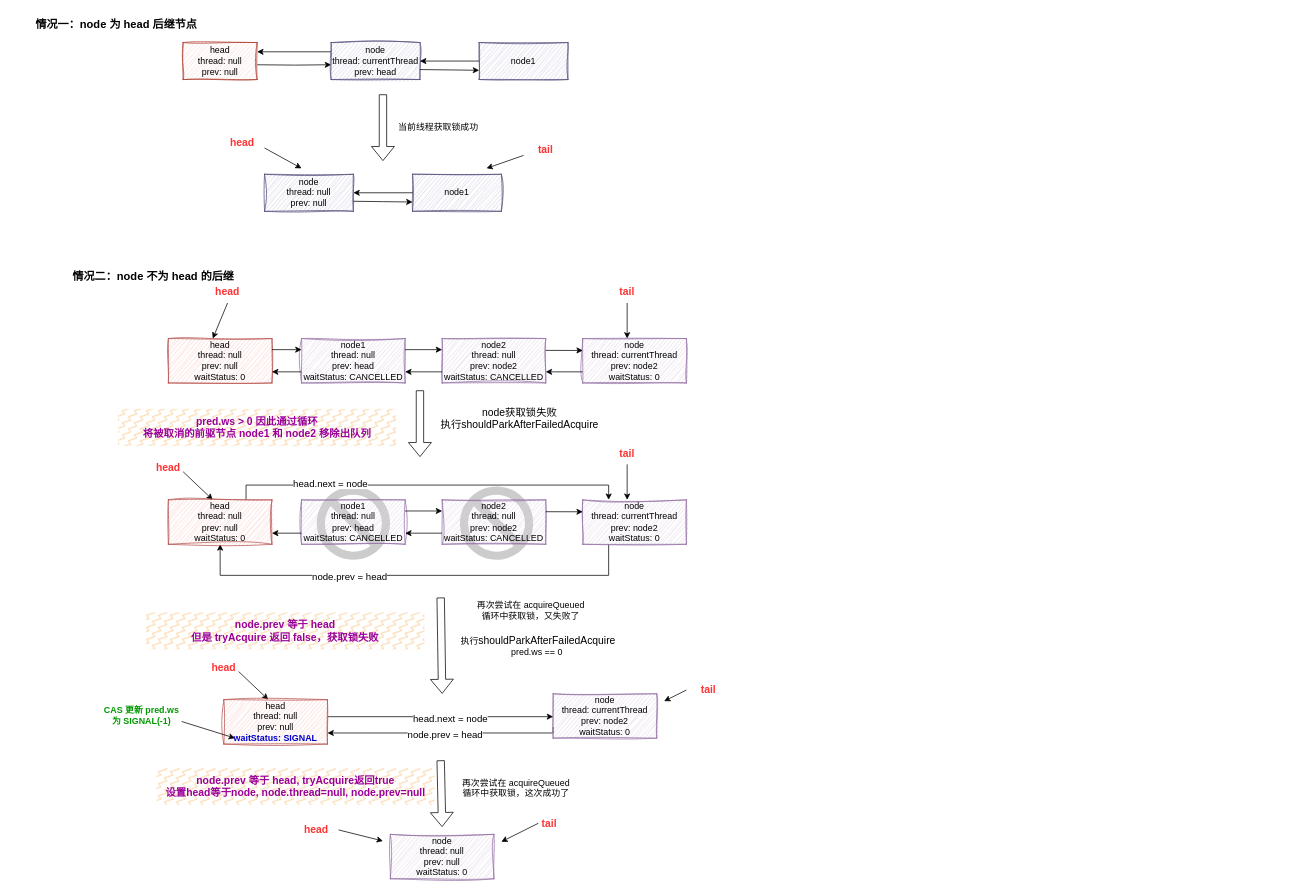
wsxzei/markdown-photos keeps this draw.io diagram as AQS shouldParkAfterFailedAcquire.drawio. Above is the earlier version. Source tidied: cells renumbered, new cells numbered last; positions are measured from the earlier drawing's top-left corner, leaving out a move shared by most shapes. Both pictures are drawn from the tidied source at 74%, with x=0, y=0 at pixel (13, 13).
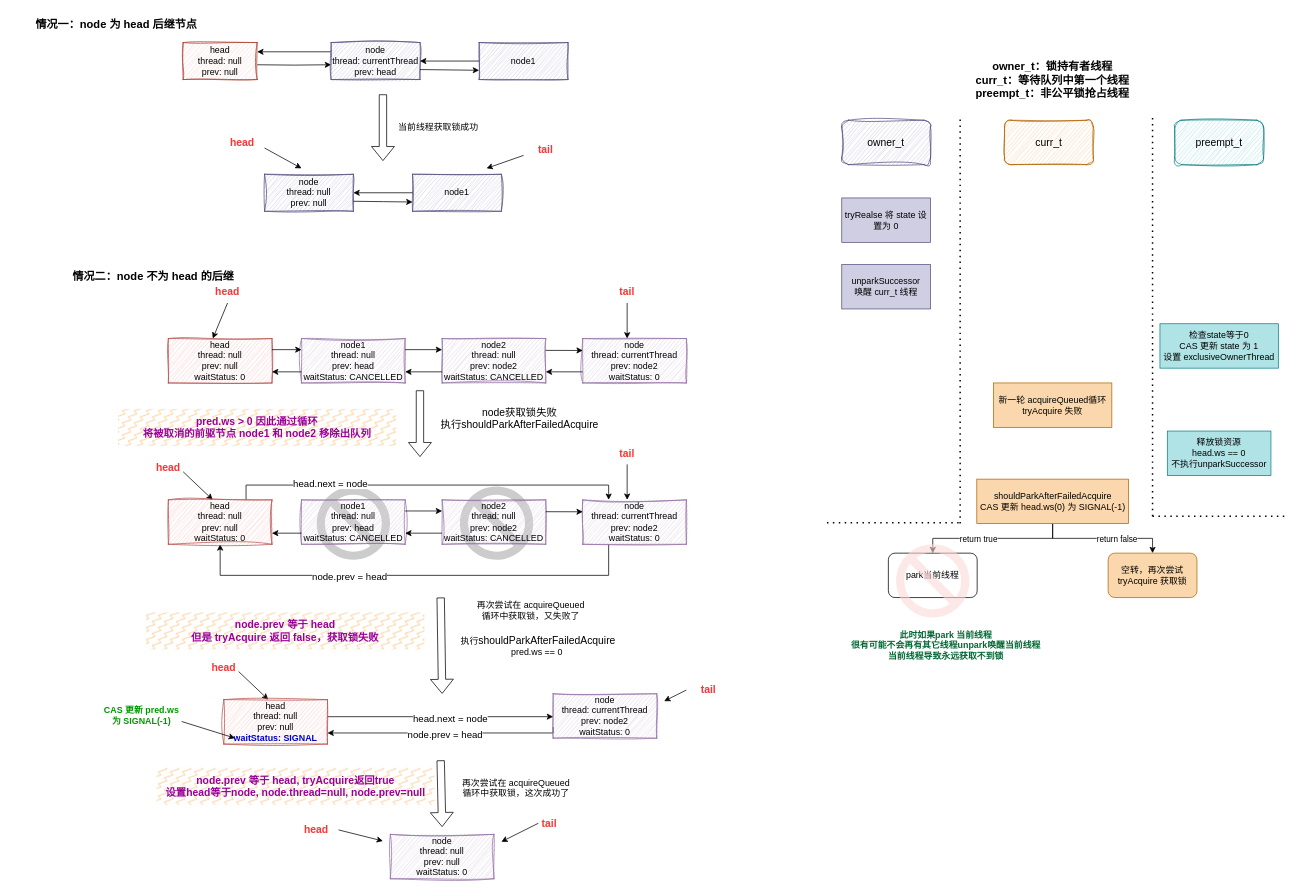
The same diagram, later.

The edit, as a diff of the source:
```diff
@@
+    <mxCell id="80" value="owner_t" style="rounded=1;whiteSpace=wrap;html=1;sketch=1;curveFitting=1;jiggle=2;fontSize=14;fillColor=#d0cee2;strokeColor=#56517e;" parent="1" vertex="1">
+      <mxGeometry x="1120" y="145" width="120" height="60" as="geometry" />
+    </mxCell>
+    <mxCell id="81" value="curr_t" style="rounded=1;whiteSpace=wrap;html=1;sketch=1;curveFitting=1;jiggle=2;fontSize=14;fillColor=#fad7ac;strokeColor=#b46504;" parent="1" vertex="1">
+      <mxGeometry x="1340" y="145" width="120" height="60" as="geometry" />
+    </mxCell>
+    <mxCell id="82" value="preempt_t" style="rounded=1;whiteSpace=wrap;html=1;sketch=1;curveFitting=1;jiggle=2;fontSize=14;fillColor=#b0e3e6;strokeColor=#0e8088;" parent="1" vertex="1">
+      <mxGeometry x="1570" y="145" width="120" height="60" as="geometry" />
+    </mxCell>
+    <mxCell id="83" value="owner_t：锁持有者线程&lt;div style=&quot;font-size: 15px;&quot;&gt;curr_t：等待队列中第一个线程&lt;/div&gt;&lt;div style=&quot;font-size: 15px;&quot;&gt;preempt_t：非公平锁抢占线程&lt;/div&gt;" style="text;html=1;align=center;verticalAlign=middle;whiteSpace=wrap;rounded=0;fontSize=15;fontStyle=1;" parent="1" vertex="1">
+      <mxGeometry x="1240" y="50" width="330" height="80" as="geometry" />
+    </mxCell>
+    <mxCell id="84" value="tryRealse 将 state 设置为 0" style="rounded=0;whiteSpace=wrap;html=1;fillColor=#d0cee2;strokeColor=#56517e;" parent="1" vertex="1">
+      <mxGeometry x="1120" y="250" width="120" height="60" as="geometry" />
+    </mxCell>
+    <mxCell id="85" value="unparkSuccessor&lt;br&gt;唤醒 curr_t 线程" style="rounded=0;whiteSpace=wrap;html=1;fillColor=#d0cee2;strokeColor=#56517e;" parent="1" vertex="1">
+      <mxGeometry x="1120" y="340" width="120" height="60" as="geometry" />
+    </mxCell>
+    <mxCell id="86" value="新一轮 acquireQueued循环&lt;br&gt;tryAcquire 失败" style="rounded=0;whiteSpace=wrap;html=1;fillColor=#fad7ac;strokeColor=#b46504;" parent="1" vertex="1">
+      <mxGeometry x="1325" y="500" width="160" height="60" as="geometry" />
+    </mxCell>
+    <mxCell id="87" value="检查state等于0&lt;br&gt;CAS 更新 state 为 1&lt;div&gt;设置 exclusiveOwnerThread&lt;/div&gt;" style="rounded=0;whiteSpace=wrap;html=1;fillColor=#b0e3e6;strokeColor=#0e8088;" parent="1" vertex="1">
+      <mxGeometry x="1550" y="420" width="160" height="60" as="geometry" />
+    </mxCell>
+    <mxCell id="88" style="edgeStyle=orthogonalEdgeStyle;rounded=0;jettySize=auto;html=1;" parent="1" edge="1" source="92" target="94">
+      <mxGeometry relative="1" as="geometry" />
+    </mxCell>
+    <mxCell id="89" value="return true" style="edgeLabel;html=1;align=center;verticalAlign=middle;" parent="88" vertex="1">
+      <mxGeometry x="0.2" y="1" relative="1" as="geometry" />
+    </mxCell>
+    <mxCell id="90" style="edgeStyle=orthogonalEdgeStyle;rounded=0;jettySize=auto;html=1;" parent="1" edge="1" source="92" target="95">
+      <mxGeometry relative="1" as="geometry" />
+    </mxCell>
+    <mxCell id="91" value="return false" style="edgeLabel;html=1;align=center;verticalAlign=middle;" parent="90" vertex="1">
+      <mxGeometry x="0.21" y="-1" relative="1" as="geometry" />
+    </mxCell>
+    <mxCell id="92" value="shouldParkAfterFailedAcquire&lt;br&gt;CAS 更新 head.ws(0) 为 SIGNAL(-1)" style="rounded=0;whiteSpace=wrap;html=1;fillColor=#fad7ac;strokeColor=#b46504;" parent="1" vertex="1">
+      <mxGeometry x="1302.5" y="630" width="205" height="60" as="geometry" />
+    </mxCell>
+    <mxCell id="93" value="释放锁资源&lt;br&gt;head.ws == 0&lt;br&gt;不执行unparkSuccessor" style="rounded=0;whiteSpace=wrap;html=1;fillColor=#b0e3e6;strokeColor=#0e8088;" parent="1" vertex="1">
+      <mxGeometry x="1560" y="565" width="140" height="60" as="geometry" />
+    </mxCell>
+    <mxCell id="94" value="park当前线程" style="rounded=1;whiteSpace=wrap;html=1;" parent="1" vertex="1">
+      <mxGeometry x="1183" y="730" width="120" height="60" as="geometry" />
+    </mxCell>
+    <mxCell id="95" value="空转，再次尝试 tryAcquire 获取锁" style="rounded=1;whiteSpace=wrap;html=1;fillColor=#fad7ac;strokeColor=#b46504;" parent="1" vertex="1">
+      <mxGeometry x="1480" y="730" width="120" height="60" as="geometry" />
+    </mxCell>
+    <mxCell id="96" style="shape=mxgraph.signs.safety.no;html=1;fillColor=#fad9d5;strokeColor=none;verticalLabelPosition=bottom;verticalAlign=top;align=center;opacity=60;strokeWidth=1;" parent="1" vertex="1">
+      <mxGeometry x="1193.5" y="718" width="99" height="99" as="geometry" />
+    </mxCell>
+    <mxCell id="97" value="此时如果park 当前线程&lt;br&gt;很有可能不会再有其它线程unpark唤醒当前线程&lt;br&gt;当前线程导致永远获取不到锁" style="text;html=1;align=center;verticalAlign=middle;whiteSpace=wrap;rounded=0;fontStyle=1;fontColor=#006633;" parent="1" vertex="1">
+      <mxGeometry x="1120" y="820" width="282" height="70" as="geometry" />
+    </mxCell>
+    <mxCell id="98" style="endArrow=none;dashed=1;html=1;dashPattern=1 3;strokeWidth=2;rounded=0;" parent="1" edge="1">
+      <mxGeometry relative="1" as="geometry">
+        <mxPoint x="1280" y="690" as="sourcePoint" />
+        <mxPoint x="1280" y="140" as="targetPoint" />
+      </mxGeometry>
+    </mxCell>
+    <mxCell id="99" style="endArrow=none;dashed=1;html=1;dashPattern=1 3;strokeWidth=2;rounded=0;" parent="1" edge="1">
+      <mxGeometry relative="1" as="geometry">
+        <mxPoint x="1540" y="680" as="sourcePoint" />
+        <mxPoint x="1540" y="140" as="targetPoint" />
+      </mxGeometry>
+    </mxCell>
+    <mxCell id="100" style="endArrow=none;dashed=1;html=1;dashPattern=1 3;strokeWidth=2;rounded=0;" parent="1" edge="1">
+      <mxGeometry relative="1" as="geometry">
+        <mxPoint x="1540" y="680" as="sourcePoint" />
+        <mxPoint x="1720" y="680" as="targetPoint" />
+      </mxGeometry>
+    </mxCell>
+    <mxCell id="101" style="endArrow=none;dashed=1;html=1;dashPattern=1 3;strokeWidth=2;rounded=0;" parent="1" edge="1">
+      <mxGeometry relative="1" as="geometry">
+        <mxPoint x="1100" y="689" as="sourcePoint" />
+        <mxPoint x="1280" y="689" as="targetPoint" />
+      </mxGeometry>
+    </mxCell>
```
